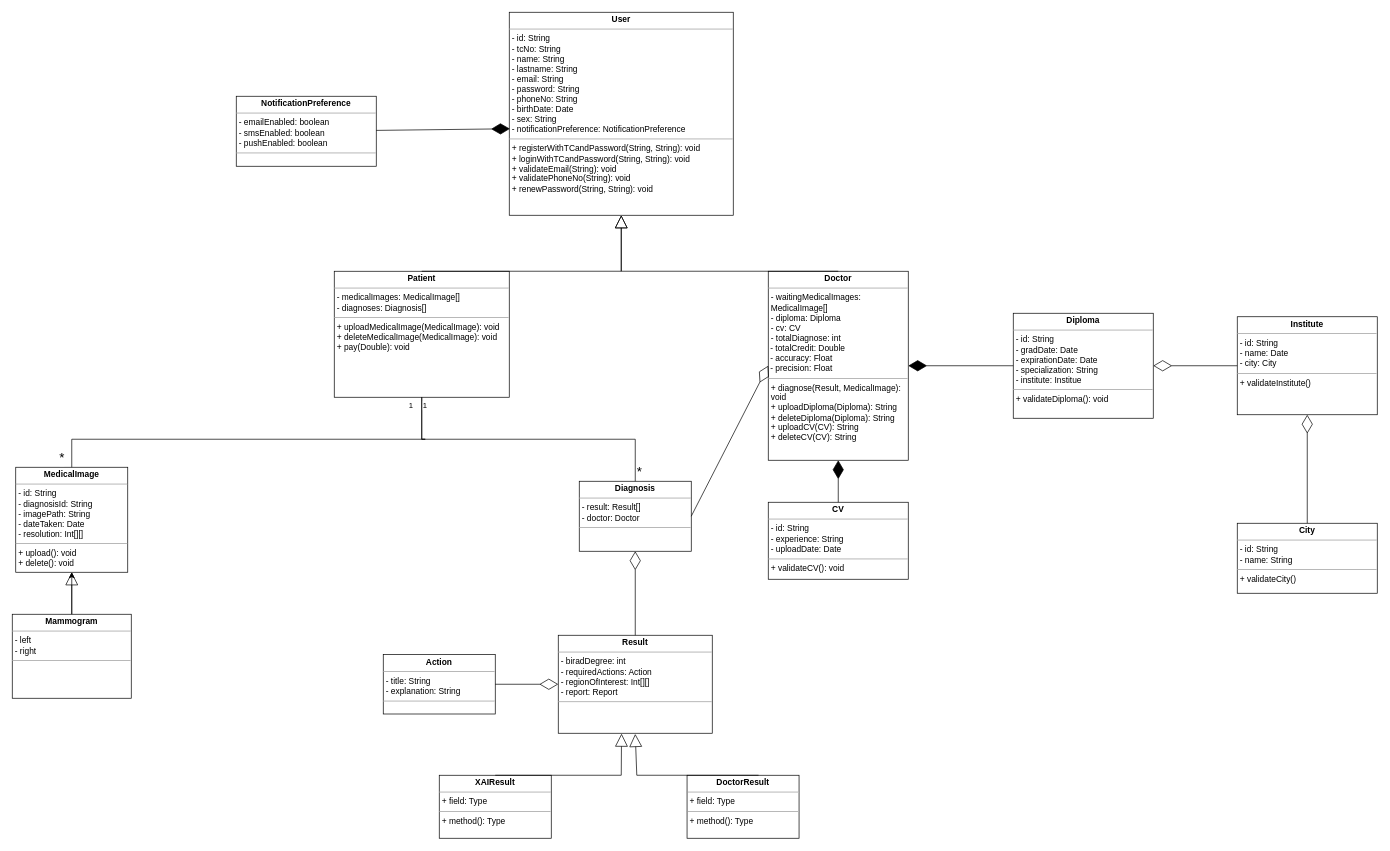
MediXAI/Diagrams keeps this draw.io diagram as Class Diagram.drawio. Above is the earlier version. Source tidied: cells renumbered, new cells numbered last; positions are measured from the earlier drawing's top-left corner, leaving out a move shared by most shapes. Both pictures are drawn from the tidied source at 70%, with x=0, y=0 at pixel (12, 12).
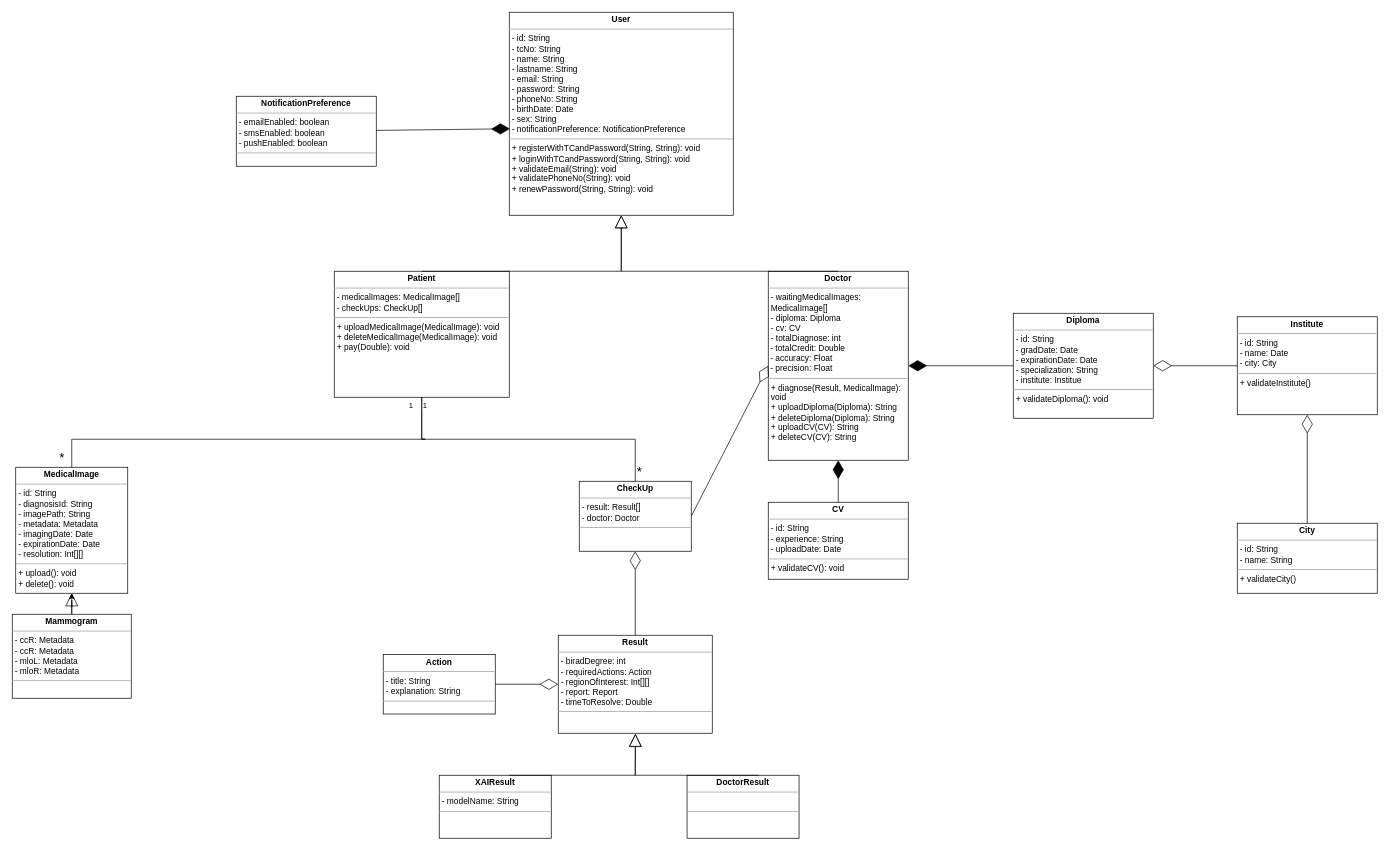
The same diagram, later.

Change to the diagram source:
```diff
@@
-    <mxCell id="4" value="&lt;p style=&quot;margin:0px;margin-top:4px;text-align:center;&quot;&gt;&lt;b&gt;Patient&lt;/b&gt;&lt;/p&gt;&lt;hr size=&quot;1&quot;&gt;&lt;p style=&quot;margin:0px;margin-left:4px;&quot;&gt;- medicalImages: MedicalImage[]&lt;/p&gt;&lt;p style=&quot;margin:0px;margin-left:4px;&quot;&gt;- diagnoses: Diagnosis[]&lt;span style=&quot;background-color: initial;&quot;&gt;&lt;br&gt;&lt;/span&gt;&lt;/p&gt;&lt;hr size=&quot;1&quot;&gt;&lt;p style=&quot;margin:0px;margin-left:4px;&quot;&gt;+ uploadMedicalImage(MedicalImage): void&lt;/p&gt;&lt;p style=&quot;margin:0px;margin-left:4px;&quot;&gt;+ deleteMedicalImage(MedicalImage): void&lt;/p&gt;&lt;p style=&quot;margin:0px;margin-left:4px;&quot;&gt;+ pay(Double): void&lt;/p&gt;" style="verticalAlign=top;align=left;overflow=fill;fontSize=12;fontFamily=Helvetica;html=1;whiteSpace=wrap;" parent="1" vertex="1">
+    <mxCell id="4" value="&lt;p style=&quot;margin:0px;margin-top:4px;text-align:center;&quot;&gt;&lt;b&gt;Patient&lt;/b&gt;&lt;/p&gt;&lt;hr size=&quot;1&quot;&gt;&lt;p style=&quot;margin:0px;margin-left:4px;&quot;&gt;- medicalImages: MedicalImage[]&lt;/p&gt;&lt;p style=&quot;margin:0px;margin-left:4px;&quot;&gt;- checkUps: CheckUp[]&lt;span style=&quot;background-color: initial;&quot;&gt;&lt;br&gt;&lt;/span&gt;&lt;/p&gt;&lt;hr size=&quot;1&quot;&gt;&lt;p style=&quot;margin:0px;margin-left:4px;&quot;&gt;+ uploadMedicalImage(MedicalImage): void&lt;/p&gt;&lt;p style=&quot;margin:0px;margin-left:4px;&quot;&gt;+ deleteMedicalImage(MedicalImage): void&lt;/p&gt;&lt;p style=&quot;margin:0px;margin-left:4px;&quot;&gt;+ pay(Double): void&lt;/p&gt;" style="verticalAlign=top;align=left;overflow=fill;fontSize=12;fontFamily=Helvetica;html=1;whiteSpace=wrap;" parent="1" vertex="1">
       <mxGeometry x="460" y="370" width="250" height="180" as="geometry" />
     </mxCell>
@@
-    <mxCell id="7" value="&lt;p style=&quot;margin:0px;margin-top:4px;text-align:center;&quot;&gt;&lt;b&gt;Diagnosis&lt;/b&gt;&lt;/p&gt;&lt;hr size=&quot;1&quot;&gt;&lt;p style=&quot;margin:0px;margin-left:4px;&quot;&gt;- result: Result[]&lt;/p&gt;&lt;p style=&quot;margin:0px;margin-left:4px;&quot;&gt;- doctor: Doctor&lt;/p&gt;&lt;hr size=&quot;1&quot;&gt;&lt;p style=&quot;margin:0px;margin-left:4px;&quot;&gt;&lt;br&gt;&lt;/p&gt;" style="verticalAlign=top;align=left;overflow=fill;fontSize=12;fontFamily=Helvetica;html=1;whiteSpace=wrap;" parent="1" vertex="1">
+    <mxCell id="7" value="&lt;p style=&quot;margin:0px;margin-top:4px;text-align:center;&quot;&gt;&lt;b&gt;CheckUp&lt;/b&gt;&lt;/p&gt;&lt;hr size=&quot;1&quot;&gt;&lt;p style=&quot;margin:0px;margin-left:4px;&quot;&gt;- result: Result[]&lt;/p&gt;&lt;p style=&quot;margin:0px;margin-left:4px;&quot;&gt;- doctor: Doctor&lt;/p&gt;&lt;hr size=&quot;1&quot;&gt;&lt;p style=&quot;margin:0px;margin-left:4px;&quot;&gt;&lt;br&gt;&lt;/p&gt;" style="verticalAlign=top;align=left;overflow=fill;fontSize=12;fontFamily=Helvetica;html=1;whiteSpace=wrap;" parent="1" vertex="1">
       <mxGeometry x="810" y="670" width="160" height="100" as="geometry" />
     </mxCell>
-    <mxCell id="8" value="&lt;p style=&quot;margin:0px;margin-top:4px;text-align:center;&quot;&gt;&lt;b&gt;MedicalImage&lt;/b&gt;&lt;/p&gt;&lt;hr size=&quot;1&quot;&gt;&lt;p style=&quot;margin:0px;margin-left:4px;&quot;&gt;- id: String&lt;/p&gt;&lt;p style=&quot;margin:0px;margin-left:4px;&quot;&gt;- diagnosisId: String&lt;/p&gt;&lt;p style=&quot;margin:0px;margin-left:4px;&quot;&gt;- imagePath: String&lt;/p&gt;&lt;p style=&quot;margin:0px;margin-left:4px;&quot;&gt;- dateTaken: Date&lt;/p&gt;&lt;p style=&quot;margin:0px;margin-left:4px;&quot;&gt;- resolution: Int[][]&lt;/p&gt;&lt;hr size=&quot;1&quot;&gt;&lt;p style=&quot;margin:0px;margin-left:4px;&quot;&gt;+ upload(): void&lt;/p&gt;&lt;p style=&quot;margin:0px;margin-left:4px;&quot;&gt;+ delete(): void&lt;/p&gt;" style="verticalAlign=top;align=left;overflow=fill;fontSize=12;fontFamily=Helvetica;html=1;whiteSpace=wrap;" parent="1" vertex="1">
-      <mxGeometry x="5" y="650" width="160" height="150" as="geometry" />
+    <mxCell id="8" value="&lt;p style=&quot;margin:0px;margin-top:4px;text-align:center;&quot;&gt;&lt;b&gt;MedicalImage&lt;/b&gt;&lt;/p&gt;&lt;hr size=&quot;1&quot;&gt;&lt;p style=&quot;margin:0px;margin-left:4px;&quot;&gt;- id: String&lt;/p&gt;&lt;p style=&quot;margin:0px;margin-left:4px;&quot;&gt;- diagnosisId: String&lt;/p&gt;&lt;p style=&quot;margin:0px;margin-left:4px;&quot;&gt;- imagePath: String&lt;/p&gt;&lt;p style=&quot;margin:0px;margin-left:4px;&quot;&gt;- metadata: Metadata&lt;/p&gt;&lt;p style=&quot;margin:0px;margin-left:4px;&quot;&gt;- imagingDate: Date&lt;/p&gt;&lt;p style=&quot;margin:0px;margin-left:4px;&quot;&gt;- expirationDate: Date&lt;/p&gt;&lt;p style=&quot;margin:0px;margin-left:4px;&quot;&gt;- resolution: Int[][]&lt;/p&gt;&lt;hr size=&quot;1&quot;&gt;&lt;p style=&quot;margin:0px;margin-left:4px;&quot;&gt;+ upload(): void&lt;/p&gt;&lt;p style=&quot;margin:0px;margin-left:4px;&quot;&gt;+ delete(): void&lt;/p&gt;" style="verticalAlign=top;align=left;overflow=fill;fontSize=12;fontFamily=Helvetica;html=1;whiteSpace=wrap;" parent="1" vertex="1">
+      <mxGeometry x="5" y="650" width="160" height="180" as="geometry" />
     </mxCell>
@@
-    <mxCell id="22" value="&lt;p style=&quot;margin:0px;margin-top:4px;text-align:center;&quot;&gt;&lt;b&gt;Mammogram&lt;/b&gt;&lt;/p&gt;&lt;hr size=&quot;1&quot;&gt;&lt;p style=&quot;margin:0px;margin-left:4px;&quot;&gt;- left&lt;/p&gt;&lt;p style=&quot;margin:0px;margin-left:4px;&quot;&gt;- right&lt;/p&gt;&lt;hr size=&quot;1&quot;&gt;&lt;p style=&quot;margin:0px;margin-left:4px;&quot;&gt;&lt;br&gt;&lt;/p&gt;" style="verticalAlign=top;align=left;overflow=fill;fontSize=12;fontFamily=Helvetica;html=1;whiteSpace=wrap;" parent="1" vertex="1">
+    <mxCell id="22" value="&lt;p style=&quot;margin:0px;margin-top:4px;text-align:center;&quot;&gt;&lt;b&gt;Mammogram&lt;/b&gt;&lt;/p&gt;&lt;hr size=&quot;1&quot;&gt;&lt;p style=&quot;margin:0px;margin-left:4px;&quot;&gt;- ccR: Metadata&lt;/p&gt;&lt;p style=&quot;margin:0px;margin-left:4px;&quot;&gt;- ccR: Metadata&lt;/p&gt;&lt;p style=&quot;margin:0px;margin-left:4px;&quot;&gt;- mloL: Metadata&lt;/p&gt;&lt;p style=&quot;margin:0px;margin-left:4px;&quot;&gt;- mloR: Metadata&lt;/p&gt;&lt;hr size=&quot;1&quot;&gt;&lt;p style=&quot;margin:0px;margin-left:4px;&quot;&gt;&lt;br&gt;&lt;/p&gt;" style="verticalAlign=top;align=left;overflow=fill;fontSize=12;fontFamily=Helvetica;html=1;whiteSpace=wrap;" parent="1" vertex="1">
       <mxGeometry y="860" width="170" height="120" as="geometry" />
     </mxCell>
@@
-    <mxCell id="28" value="&lt;p style=&quot;margin:0px;margin-top:4px;text-align:center;&quot;&gt;&lt;b&gt;Result&lt;/b&gt;&lt;/p&gt;&lt;hr size=&quot;1&quot;&gt;&lt;p style=&quot;margin:0px;margin-left:4px;&quot;&gt;- biradDegree: int&lt;/p&gt;&lt;p style=&quot;margin:0px;margin-left:4px;&quot;&gt;- requiredActions: Action&amp;nbsp;&lt;/p&gt;&lt;p style=&quot;margin:0px;margin-left:4px;&quot;&gt;- regionOfInterest: Int[][]&lt;/p&gt;&lt;p style=&quot;margin:0px;margin-left:4px;&quot;&gt;- report: Report&amp;nbsp;&lt;/p&gt;&lt;hr size=&quot;1&quot;&gt;&lt;p style=&quot;margin:0px;margin-left:4px;&quot;&gt;&lt;br&gt;&lt;/p&gt;" style="verticalAlign=top;align=left;overflow=fill;fontSize=12;fontFamily=Helvetica;html=1;whiteSpace=wrap;" parent="1" vertex="1">
+    <mxCell id="28" value="&lt;p style=&quot;margin:0px;margin-top:4px;text-align:center;&quot;&gt;&lt;b&gt;Result&lt;/b&gt;&lt;/p&gt;&lt;hr size=&quot;1&quot;&gt;&lt;p style=&quot;margin:0px;margin-left:4px;&quot;&gt;- biradDegree: int&lt;/p&gt;&lt;p style=&quot;margin:0px;margin-left:4px;&quot;&gt;- requiredActions: Action&amp;nbsp;&lt;/p&gt;&lt;p style=&quot;margin:0px;margin-left:4px;&quot;&gt;- regionOfInterest: Int[][]&lt;/p&gt;&lt;p style=&quot;margin:0px;margin-left:4px;&quot;&gt;- report: Report&amp;nbsp;&lt;/p&gt;&lt;p style=&quot;margin:0px;margin-left:4px;&quot;&gt;- timeToResolve: Double&lt;/p&gt;&lt;hr size=&quot;1&quot;&gt;&lt;p style=&quot;margin:0px;margin-left:4px;&quot;&gt;&lt;br&gt;&lt;/p&gt;" style="verticalAlign=top;align=left;overflow=fill;fontSize=12;fontFamily=Helvetica;html=1;whiteSpace=wrap;" parent="1" vertex="1">
       <mxGeometry x="780" y="890" width="220" height="140" as="geometry" />
     </mxCell>
@@
-    <mxCell id="33" value="&lt;p style=&quot;margin:0px;margin-top:4px;text-align:center;&quot;&gt;&lt;b&gt;XAIResult&lt;/b&gt;&lt;/p&gt;&lt;hr size=&quot;1&quot;&gt;&lt;p style=&quot;margin:0px;margin-left:4px;&quot;&gt;+ field: Type&lt;/p&gt;&lt;hr size=&quot;1&quot;&gt;&lt;p style=&quot;margin:0px;margin-left:4px;&quot;&gt;+ method(): Type&lt;/p&gt;" style="verticalAlign=top;align=left;overflow=fill;fontSize=12;fontFamily=Helvetica;html=1;whiteSpace=wrap;" parent="1" vertex="1">
+    <mxCell id="33" value="&lt;p style=&quot;margin:0px;margin-top:4px;text-align:center;&quot;&gt;&lt;b&gt;XAIResult&lt;/b&gt;&lt;/p&gt;&lt;hr size=&quot;1&quot;&gt;&lt;p style=&quot;margin:0px;margin-left:4px;&quot;&gt;- modelName: String&lt;/p&gt;&lt;hr size=&quot;1&quot;&gt;&lt;p style=&quot;margin:0px;margin-left:4px;&quot;&gt;&lt;br&gt;&lt;/p&gt;" style="verticalAlign=top;align=left;overflow=fill;fontSize=12;fontFamily=Helvetica;html=1;whiteSpace=wrap;" parent="1" vertex="1">
       <mxGeometry x="610" y="1090" width="160" height="90" as="geometry" />
     </mxCell>
-    <mxCell id="34" value="&lt;p style=&quot;margin:0px;margin-top:4px;text-align:center;&quot;&gt;&lt;b&gt;DoctorResult&lt;/b&gt;&lt;/p&gt;&lt;hr size=&quot;1&quot;&gt;&lt;p style=&quot;margin:0px;margin-left:4px;&quot;&gt;+ field: Type&lt;/p&gt;&lt;hr size=&quot;1&quot;&gt;&lt;p style=&quot;margin:0px;margin-left:4px;&quot;&gt;+ method(): Type&lt;/p&gt;" style="verticalAlign=top;align=left;overflow=fill;fontSize=12;fontFamily=Helvetica;html=1;whiteSpace=wrap;" parent="1" vertex="1">
+    <mxCell id="34" value="&lt;p style=&quot;margin:0px;margin-top:4px;text-align:center;&quot;&gt;&lt;b&gt;DoctorResult&lt;/b&gt;&lt;/p&gt;&lt;hr size=&quot;1&quot;&gt;&lt;p style=&quot;margin:0px;margin-left:4px;&quot;&gt;&lt;br&gt;&lt;/p&gt;&lt;hr size=&quot;1&quot;&gt;&lt;p style=&quot;margin:0px;margin-left:4px;&quot;&gt;&lt;br&gt;&lt;/p&gt;" style="verticalAlign=top;align=left;overflow=fill;fontSize=12;fontFamily=Helvetica;html=1;whiteSpace=wrap;" parent="1" vertex="1">
       <mxGeometry x="964" y="1090" width="160" height="90" as="geometry" />
     </mxCell>
-    <mxCell id="35" style="endArrow=block;endSize=16;endFill=0;html=1;rounded=0;exitX=0.5;exitY=0;exitDx=0;exitDy=0;entryX=0.411;entryY=1.004;entryDx=0;entryDy=0;entryPerimeter=0;" parent="1" edge="1" source="33" target="28">
+    <mxCell id="35" style="endArrow=block;endSize=16;endFill=0;html=1;rounded=0;exitX=0.5;exitY=0;exitDx=0;exitDy=0;entryX=0.411;entryY=1.004;entryDx=0;entryDy=0;entryPerimeter=0;" parent="1" edge="1">
       <mxGeometry x="0.12" y="-70" relative="1" as="geometry">
+        <mxPoint x="710" y="1090" as="sourcePoint" />
+        <mxPoint x="890.4" y="1030.6" as="targetPoint" />
         <Array as="points">
-          <mxPoint x="870" y="1090" />
+          <mxPoint x="890" y="1090" />
         </Array>
         <mxPoint x="-1" as="offset" />
       </mxGeometry>
     </mxCell>
     <mxCell id="36" style="endArrow=block;endSize=16;endFill=0;html=1;rounded=0;exitX=0.5;exitY=0;exitDx=0;exitDy=0;entryX=0.399;entryY=1.007;entryDx=0;entryDy=0;entryPerimeter=0;" parent="1" edge="1">
       <mxGeometry x="0.12" y="-70" relative="1" as="geometry">
         <mxPoint x="1066.2" y="1090" as="sourcePoint" />
         <mxPoint x="890" y="1031" as="targetPoint" />
         <Array as="points">
-          <mxPoint x="892.2" y="1090" />
+          <mxPoint x="890" y="1090" />
         </Array>
         <mxPoint x="-1" as="offset" />
       </mxGeometry>
     </mxCell>
```
